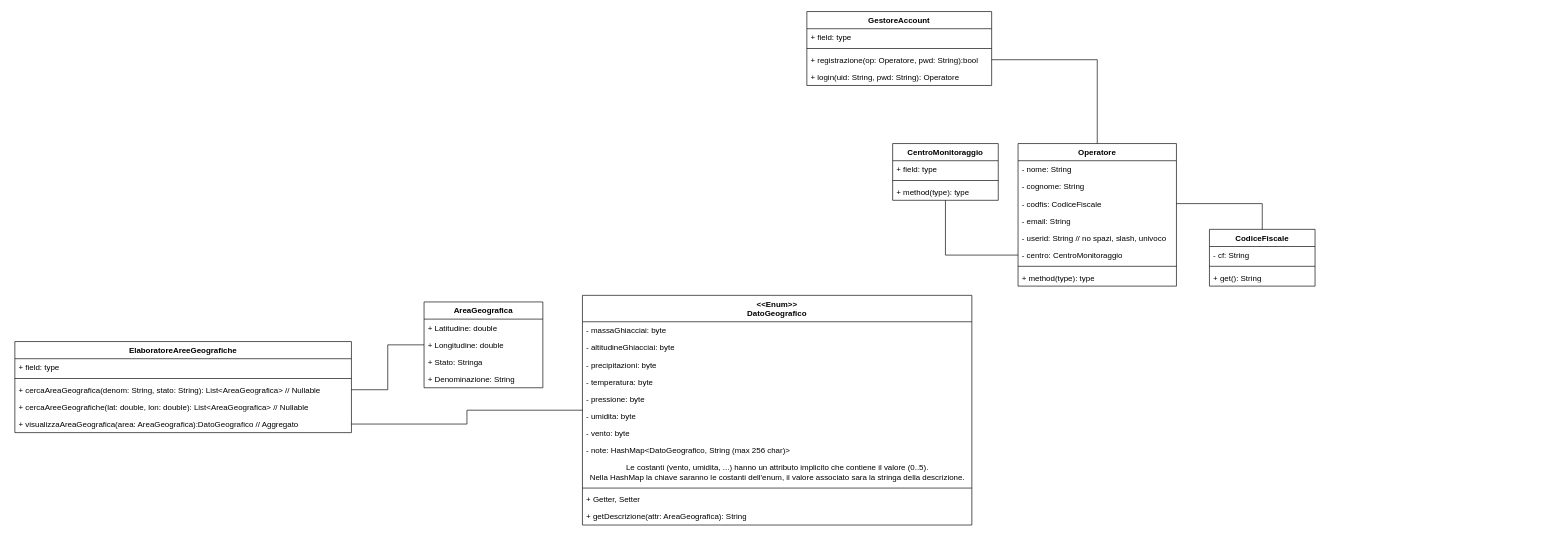
Earlier version of the draw.io diagram doc/Untitled Diagram.drawio (Qu4draetto-A3B/UniLab). Source tidied: cells renumbered, new cells numbered last; positions are measured from the earlier drawing's top-left corner, leaving out a move shared by most shapes. Both pictures are drawn from the tidied source at 66%, with x=0, y=0 at pixel (15, 11).
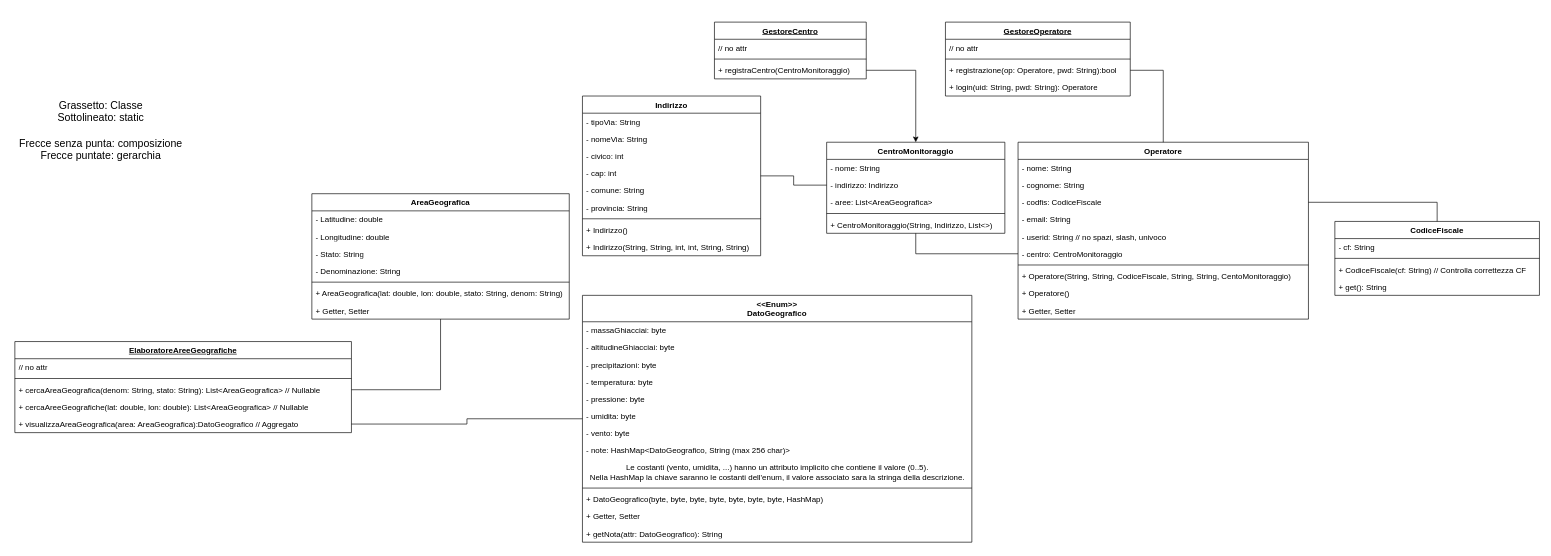
Above is the later version.

What changed in the source:
```diff
@@
     <mxCell id="2" value="&lt;b&gt;AreaGeografica&lt;/b&gt;" style="swimlane;fontStyle=0;horizontal=1;startSize=26;fillColor=none;whiteSpace=wrap;html=1;" parent="1" vertex="1">
-      <mxGeometry x="620" y="440" width="180" height="130" as="geometry" />
+      <mxGeometry x="450" y="276" width="390" height="190" as="geometry" />
     </mxCell>
-    <mxCell id="3" value="+ Latitudine: double" style="text;strokeColor=none;fillColor=none;align=left;verticalAlign=top;spacingLeft=4;spacingRight=4;overflow=hidden;whiteSpace=wrap;html=1;" parent="2" vertex="1">
-      <mxGeometry y="26" width="180" height="26" as="geometry" />
+    <mxCell id="3" value="- Latitudine: double" style="text;strokeColor=none;fillColor=none;align=left;verticalAlign=top;spacingLeft=4;spacingRight=4;overflow=hidden;whiteSpace=wrap;html=1;" parent="2" vertex="1">
+      <mxGeometry y="26" width="390" height="26" as="geometry" />
     </mxCell>
-    <mxCell id="4" value="+ Longitudine: double" style="text;strokeColor=none;fillColor=none;align=left;verticalAlign=top;spacingLeft=4;spacingRight=4;overflow=hidden;whiteSpace=wrap;html=1;" parent="2" vertex="1">
-      <mxGeometry y="52" width="180" height="26" as="geometry" />
+    <mxCell id="4" value="- Longitudine: double" style="text;strokeColor=none;fillColor=none;align=left;verticalAlign=top;spacingLeft=4;spacingRight=4;overflow=hidden;whiteSpace=wrap;html=1;" parent="2" vertex="1">
+      <mxGeometry y="52" width="390" height="26" as="geometry" />
     </mxCell>
-    <mxCell id="5" value="+ Stato: Stringa" style="text;strokeColor=none;fillColor=none;align=left;verticalAlign=top;spacingLeft=4;spacingRight=4;overflow=hidden;whiteSpace=wrap;html=1;" parent="2" vertex="1">
-      <mxGeometry y="78" width="180" height="26" as="geometry" />
+    <mxCell id="5" value="- Stato: String" style="text;strokeColor=none;fillColor=none;align=left;verticalAlign=top;spacingLeft=4;spacingRight=4;overflow=hidden;whiteSpace=wrap;html=1;" parent="2" vertex="1">
+      <mxGeometry y="78" width="390" height="26" as="geometry" />
     </mxCell>
-    <mxCell id="6" value="+ Denominazione: String" style="text;strokeColor=none;fillColor=none;align=left;verticalAlign=top;spacingLeft=4;spacingRight=4;overflow=hidden;whiteSpace=wrap;html=1;" parent="2" vertex="1">
-      <mxGeometry y="104" width="180" height="26" as="geometry" />
+    <mxCell id="6" value="- Denominazione: String" style="text;strokeColor=none;fillColor=none;align=left;verticalAlign=top;spacingLeft=4;spacingRight=4;overflow=hidden;whiteSpace=wrap;html=1;" parent="2" vertex="1">
+      <mxGeometry y="104" width="390" height="26" as="geometry" />
     </mxCell>
+    <mxCell id="53" style="line;strokeWidth=1;fillColor=none;align=left;verticalAlign=middle;spacingTop=-1;spacingLeft=3;spacingRight=3;labelPosition=right;strokeColor=inherit;" parent="2" vertex="1">
+      <mxGeometry y="130" width="390" height="8" as="geometry" />
+    </mxCell>
+    <mxCell id="54" value="+ AreaGeografica(lat: double, lon: double, stato: String, denom: String)" style="text;strokeColor=none;fillColor=none;align=left;verticalAlign=top;spacingLeft=4;spacingRight=4;overflow=hidden;whiteSpace=wrap;html=1;" parent="2" vertex="1">
+      <mxGeometry y="138" width="390" height="26" as="geometry" />
+    </mxCell>
+    <mxCell id="55" value="+ Getter, Setter" style="text;strokeColor=none;fillColor=none;align=left;verticalAlign=top;spacingLeft=4;spacingRight=4;overflow=hidden;whiteSpace=wrap;html=1;" parent="2" vertex="1">
+      <mxGeometry y="164" width="390" height="26" as="geometry" />
+    </mxCell>
-    <mxCell id="7" value="ElaboratoreAreeGeografiche" style="swimlane;fontStyle=1;align=center;verticalAlign=top;horizontal=1;startSize=26;whiteSpace=wrap;html=1;" parent="1" vertex="1">
+    <mxCell id="7" value="&lt;u&gt;ElaboratoreAreeGeografiche&lt;/u&gt;" style="swimlane;fontStyle=1;align=center;verticalAlign=top;horizontal=1;startSize=26;whiteSpace=wrap;html=1;" parent="1" vertex="1">
       <mxGeometry y="500" width="510" height="138" as="geometry" />
     </mxCell>
-    <mxCell id="8" value="+ field: type" style="text;strokeColor=none;fillColor=none;align=left;verticalAlign=top;spacingLeft=4;spacingRight=4;overflow=hidden;whiteSpace=wrap;html=1;" parent="7" vertex="1">
+    <mxCell id="8" value="// no attr" style="text;strokeColor=none;fillColor=none;align=left;verticalAlign=top;spacingLeft=4;spacingRight=4;overflow=hidden;whiteSpace=wrap;html=1;" parent="7" vertex="1">
       <mxGeometry y="26" width="510" height="26" as="geometry" />
     </mxCell>
@@
     <mxCell id="13" value="&amp;lt;&amp;lt;Enum&amp;gt;&amp;gt;&lt;br&gt;&lt;div&gt;DatoGeografico&lt;/div&gt;" style="swimlane;fontStyle=1;align=center;verticalAlign=top;horizontal=1;startSize=40;whiteSpace=wrap;html=1;" parent="1" vertex="1">
-      <mxGeometry x="860" y="430" width="590" height="348" as="geometry" />
+      <mxGeometry x="860" y="430" width="590" height="374" as="geometry" />
     </mxCell>
@@
+    <mxCell id="56" value="+ DatoGeografico(byte, byte, byte, byte, byte, byte, byte, HashMap)" style="text;strokeColor=none;fillColor=none;align=left;verticalAlign=top;spacingLeft=4;spacingRight=4;overflow=hidden;whiteSpace=wrap;html=1;" parent="13" vertex="1">
+      <mxGeometry y="296" width="590" height="26" as="geometry" />
+    </mxCell>
     <mxCell id="24" value="+ Getter, Setter" style="text;strokeColor=none;fillColor=none;align=left;verticalAlign=top;spacingLeft=4;spacingRight=4;overflow=hidden;whiteSpace=wrap;html=1;" parent="13" vertex="1">
-      <mxGeometry y="296" width="590" height="26" as="geometry" />
+      <mxGeometry y="322" width="590" height="26" as="geometry" />
     </mxCell>
-    <mxCell id="25" value="+ getDescrizione(attr: AreaGeografica): String" style="text;strokeColor=none;fillColor=none;align=left;verticalAlign=top;spacingLeft=4;spacingRight=4;overflow=hidden;whiteSpace=wrap;html=1;" parent="13" vertex="1">
-      <mxGeometry y="322" width="590" height="26" as="geometry" />
+    <mxCell id="25" value="+ getNota(attr: DatoGeografico): String" style="text;strokeColor=none;fillColor=none;align=left;verticalAlign=top;spacingLeft=4;spacingRight=4;overflow=hidden;whiteSpace=wrap;html=1;" parent="13" vertex="1">
+      <mxGeometry y="348" width="590" height="26" as="geometry" />
     </mxCell>
     <mxCell id="26" value="Operatore" style="swimlane;fontStyle=1;align=center;verticalAlign=top;horizontal=1;startSize=26;whiteSpace=wrap;html=1;" parent="1" vertex="1">
-      <mxGeometry x="1520" y="200" width="240" height="216" as="geometry" />
+      <mxGeometry x="1520" y="198" width="440" height="268" as="geometry" />
     </mxCell>
     <mxCell id="27" value="- nome: String" style="text;strokeColor=none;fillColor=none;align=left;verticalAlign=top;spacingLeft=4;spacingRight=4;overflow=hidden;whiteSpace=wrap;html=1;" parent="26" vertex="1">
-      <mxGeometry y="26" width="240" height="26" as="geometry" />
+      <mxGeometry y="26" width="440" height="26" as="geometry" />
     </mxCell>
     <mxCell id="28" value="- cognome: String" style="text;strokeColor=none;fillColor=none;align=left;verticalAlign=top;spacingLeft=4;spacingRight=4;overflow=hidden;whiteSpace=wrap;html=1;" parent="26" vertex="1">
-      <mxGeometry y="52" width="240" height="26" as="geometry" />
+      <mxGeometry y="52" width="440" height="26" as="geometry" />
     </mxCell>
     <mxCell id="29" value="- codfis: CodiceFiscale" style="text;strokeColor=none;fillColor=none;align=left;verticalAlign=top;spacingLeft=4;spacingRight=4;overflow=hidden;points=[[0,0.5],[1,0.5]];portConstraint=eastwest;whiteSpace=wrap;html=1;" parent="26" vertex="1">
-      <mxGeometry y="78" width="240" height="26" as="geometry" />
+      <mxGeometry y="78" width="440" height="26" as="geometry" />
     </mxCell>
     <mxCell id="30" value="&lt;div&gt;- email: String&lt;/div&gt;" style="text;strokeColor=none;fillColor=none;align=left;verticalAlign=top;spacingLeft=4;spacingRight=4;overflow=hidden;whiteSpace=wrap;html=1;" parent="26" vertex="1">
-      <mxGeometry y="104" width="240" height="26" as="geometry" />
+      <mxGeometry y="104" width="440" height="26" as="geometry" />
     </mxCell>
     <mxCell id="31" value="- userid: String // no spazi, slash, univoco" style="text;strokeColor=none;fillColor=none;align=left;verticalAlign=top;spacingLeft=4;spacingRight=4;overflow=hidden;whiteSpace=wrap;html=1;" parent="26" vertex="1">
-      <mxGeometry y="130" width="240" height="26" as="geometry" />
+      <mxGeometry y="130" width="440" height="26" as="geometry" />
     </mxCell>
     <mxCell id="32" value="- centro: CentroMonitoraggio" style="text;strokeColor=none;fillColor=none;align=left;verticalAlign=top;spacingLeft=4;spacingRight=4;overflow=hidden;points=[[0,0.5],[1,0.5]];portConstraint=eastwest;whiteSpace=wrap;html=1;" parent="26" vertex="1">
-      <mxGeometry y="156" width="240" height="26" as="geometry" />
+      <mxGeometry y="156" width="440" height="26" as="geometry" />
     </mxCell>
     <mxCell id="33" style="line;strokeWidth=1;fillColor=none;align=left;verticalAlign=middle;spacingTop=-1;spacingLeft=3;spacingRight=3;labelPosition=right;strokeColor=inherit;" parent="26" vertex="1">
-      <mxGeometry y="182" width="240" height="8" as="geometry" />
+      <mxGeometry y="182" width="440" height="8" as="geometry" />
     </mxCell>
-    <mxCell id="34" value="+ method(type): type" style="text;strokeColor=none;fillColor=none;align=left;verticalAlign=top;spacingLeft=4;spacingRight=4;overflow=hidden;whiteSpace=wrap;html=1;" parent="26" vertex="1">
-      <mxGeometry y="190" width="240" height="26" as="geometry" />
+    <mxCell id="34" value="+ Operatore(String, String, CodiceFiscale, String, String, CentoMonitoraggio)" style="text;strokeColor=none;fillColor=none;align=left;verticalAlign=top;spacingLeft=4;spacingRight=4;overflow=hidden;whiteSpace=wrap;html=1;" parent="26" vertex="1">
+      <mxGeometry y="190" width="440" height="26" as="geometry" />
     </mxCell>
+    <mxCell id="57" value="+ Operatore()" style="text;strokeColor=none;fillColor=none;align=left;verticalAlign=top;spacingLeft=4;spacingRight=4;overflow=hidden;whiteSpace=wrap;html=1;" parent="26" vertex="1">
+      <mxGeometry y="216" width="440" height="26" as="geometry" />
+    </mxCell>
+    <mxCell id="58" value="+ Getter, Setter" style="text;strokeColor=none;fillColor=none;align=left;verticalAlign=top;spacingLeft=4;spacingRight=4;overflow=hidden;whiteSpace=wrap;html=1;" parent="26" vertex="1">
+      <mxGeometry y="242" width="440" height="26" as="geometry" />
+    </mxCell>
     <mxCell id="35" value="CodiceFiscale" style="swimlane;fontStyle=1;align=center;verticalAlign=top;horizontal=1;startSize=26;whiteSpace=wrap;html=1;" parent="1" vertex="1">
-      <mxGeometry x="1810" y="330" width="160" height="86" as="geometry" />
+      <mxGeometry x="2000" y="318" width="310" height="112" as="geometry" />
     </mxCell>
     <mxCell id="36" value="- cf: String" style="text;strokeColor=none;fillColor=none;align=left;verticalAlign=top;spacingLeft=4;spacingRight=4;overflow=hidden;whiteSpace=wrap;html=1;" parent="35" vertex="1">
-      <mxGeometry y="26" width="160" height="26" as="geometry" />
+      <mxGeometry y="26" width="310" height="26" as="geometry" />
     </mxCell>
     <mxCell id="37" style="line;strokeWidth=1;fillColor=none;align=left;verticalAlign=middle;spacingTop=-1;spacingLeft=3;spacingRight=3;labelPosition=right;strokeColor=inherit;" parent="35" vertex="1">
-      <mxGeometry y="52" width="160" height="8" as="geometry" />
+      <mxGeometry y="52" width="310" height="8" as="geometry" />
     </mxCell>
+    <mxCell id="59" value="+ CodiceFiscale(cf: String) // Controlla correttezza CF" style="text;strokeColor=none;fillColor=none;align=left;verticalAlign=top;spacingLeft=4;spacingRight=4;overflow=hidden;whiteSpace=wrap;html=1;" parent="35" vertex="1">
+      <mxGeometry y="60" width="310" height="26" as="geometry" />
+    </mxCell>
     <mxCell id="38" value="+ get(): String" style="text;strokeColor=none;fillColor=none;align=left;verticalAlign=top;spacingLeft=4;spacingRight=4;overflow=hidden;whiteSpace=wrap;html=1;" parent="35" vertex="1">
-      <mxGeometry y="60" width="160" height="26" as="geometry" />
+      <mxGeometry y="86" width="310" height="26" as="geometry" />
     </mxCell>
-    <mxCell id="39" value="GestoreAccount" style="swimlane;fontStyle=1;align=center;verticalAlign=top;horizontal=1;startSize=26;whiteSpace=wrap;html=1;" parent="1" vertex="1">
-      <mxGeometry x="1200" width="280" height="112" as="geometry" />
+    <mxCell id="39" value="&lt;u&gt;GestoreOperatore&lt;/u&gt;" style="swimlane;fontStyle=1;align=center;verticalAlign=top;horizontal=1;startSize=26;whiteSpace=wrap;html=1;" parent="1" vertex="1">
+      <mxGeometry x="1410" y="16" width="280" height="112" as="geometry" />
     </mxCell>
-    <mxCell id="40" value="+ field: type" style="text;strokeColor=none;fillColor=none;align=left;verticalAlign=top;spacingLeft=4;spacingRight=4;overflow=hidden;whiteSpace=wrap;html=1;" parent="39" vertex="1">
+    <mxCell id="40" value="// no attr" style="text;strokeColor=none;fillColor=none;align=left;verticalAlign=top;spacingLeft=4;spacingRight=4;overflow=hidden;whiteSpace=wrap;html=1;" parent="39" vertex="1">
       <mxGeometry y="26" width="280" height="26" as="geometry" />
     </mxCell>
@@
     <mxCell id="44" value="CentroMonitoraggio" style="swimlane;fontStyle=1;align=center;verticalAlign=top;horizontal=1;startSize=26;whiteSpace=wrap;html=1;" parent="1" vertex="1">
-      <mxGeometry x="1330" y="200" width="160" height="86" as="geometry" />
+      <mxGeometry x="1230" y="198" width="270" height="138" as="geometry" />
     </mxCell>
-    <mxCell id="45" value="+ field: type" style="text;strokeColor=none;fillColor=none;align=left;verticalAlign=top;spacingLeft=4;spacingRight=4;overflow=hidden;whiteSpace=wrap;html=1;" parent="44" vertex="1">
-      <mxGeometry y="26" width="160" height="26" as="geometry" />
+    <mxCell id="45" value="- nome: String" style="text;strokeColor=none;fillColor=none;align=left;verticalAlign=top;spacingLeft=4;spacingRight=4;overflow=hidden;whiteSpace=wrap;html=1;" parent="44" vertex="1">
+      <mxGeometry y="26" width="270" height="26" as="geometry" />
     </mxCell>
+    <mxCell id="60" value="- indirizzo: Indirizzo" style="text;strokeColor=none;fillColor=none;align=left;verticalAlign=top;spacingLeft=4;spacingRight=4;overflow=hidden;points=[[0,0.5],[1,0.5]];portConstraint=eastwest;whiteSpace=wrap;html=1;" parent="44" vertex="1">
+      <mxGeometry y="52" width="270" height="26" as="geometry" />
+    </mxCell>
+    <mxCell id="61" value="- aree: List&amp;lt;AreaGeografica&amp;gt;" style="text;strokeColor=none;fillColor=none;align=left;verticalAlign=top;spacingLeft=4;spacingRight=4;overflow=hidden;whiteSpace=wrap;html=1;" parent="44" vertex="1">
+      <mxGeometry y="78" width="270" height="26" as="geometry" />
+    </mxCell>
     <mxCell id="46" style="line;strokeWidth=1;fillColor=none;align=left;verticalAlign=middle;spacingTop=-1;spacingLeft=3;spacingRight=3;labelPosition=right;strokeColor=inherit;" parent="44" vertex="1">
-      <mxGeometry y="52" width="160" height="8" as="geometry" />
+      <mxGeometry y="104" width="270" height="8" as="geometry" />
     </mxCell>
-    <mxCell id="47" value="+ method(type): type" style="text;strokeColor=none;fillColor=none;align=left;verticalAlign=top;spacingLeft=4;spacingRight=4;overflow=hidden;whiteSpace=wrap;html=1;" parent="44" vertex="1">
-      <mxGeometry y="60" width="160" height="26" as="geometry" />
+    <mxCell id="47" value="+ CentroMonitoraggio(String, Indirizzo, List&amp;lt;&amp;gt;)" style="text;strokeColor=none;fillColor=none;align=left;verticalAlign=top;spacingLeft=4;spacingRight=4;overflow=hidden;whiteSpace=wrap;html=1;" parent="44" vertex="1">
+      <mxGeometry y="112" width="270" height="26" as="geometry" />
     </mxCell>
@@
+    <mxCell id="62" value="Indirizzo" style="swimlane;fontStyle=1;align=center;verticalAlign=top;horizontal=1;startSize=26;whiteSpace=wrap;html=1;" parent="1" vertex="1">
+      <mxGeometry x="860" y="128" width="270" height="242" as="geometry" />
+    </mxCell>
+    <mxCell id="63" value="- tipoVia: String" style="text;strokeColor=none;fillColor=none;align=left;verticalAlign=top;spacingLeft=4;spacingRight=4;overflow=hidden;whiteSpace=wrap;html=1;" parent="62" vertex="1">
+      <mxGeometry y="26" width="270" height="26" as="geometry" />
+    </mxCell>
+    <mxCell id="64" value="- nomeVia: String" style="text;strokeColor=none;fillColor=none;align=left;verticalAlign=top;spacingLeft=4;spacingRight=4;overflow=hidden;whiteSpace=wrap;html=1;" parent="62" vertex="1">
+      <mxGeometry y="52" width="270" height="26" as="geometry" />
+    </mxCell>
+    <mxCell id="65" value="- civico: int" style="text;strokeColor=none;fillColor=none;align=left;verticalAlign=top;spacingLeft=4;spacingRight=4;overflow=hidden;whiteSpace=wrap;html=1;" parent="62" vertex="1">
+      <mxGeometry y="78" width="270" height="26" as="geometry" />
+    </mxCell>
+    <mxCell id="66" value="- cap: int" style="text;strokeColor=none;fillColor=none;align=left;verticalAlign=top;spacingLeft=4;spacingRight=4;overflow=hidden;whiteSpace=wrap;html=1;" parent="62" vertex="1">
+      <mxGeometry y="104" width="270" height="26" as="geometry" />
+    </mxCell>
+    <mxCell id="67" value="- comune: String" style="text;strokeColor=none;fillColor=none;align=left;verticalAlign=top;spacingLeft=4;spacingRight=4;overflow=hidden;whiteSpace=wrap;html=1;" parent="62" vertex="1">
+      <mxGeometry y="130" width="270" height="26" as="geometry" />
+    </mxCell>
+    <mxCell id="68" value="- provincia: String" style="text;strokeColor=none;fillColor=none;align=left;verticalAlign=top;spacingLeft=4;spacingRight=4;overflow=hidden;whiteSpace=wrap;html=1;" parent="62" vertex="1">
+      <mxGeometry y="156" width="270" height="26" as="geometry" />
+    </mxCell>
+    <mxCell id="69" style="line;strokeWidth=1;fillColor=none;align=left;verticalAlign=middle;spacingTop=-1;spacingLeft=3;spacingRight=3;labelPosition=right;strokeColor=inherit;" parent="62" vertex="1">
+      <mxGeometry y="182" width="270" height="8" as="geometry" />
+    </mxCell>
+    <mxCell id="70" value="+ Indirizzo()" style="text;strokeColor=none;fillColor=none;align=left;verticalAlign=top;spacingLeft=4;spacingRight=4;overflow=hidden;whiteSpace=wrap;html=1;" parent="62" vertex="1">
+      <mxGeometry y="190" width="270" height="26" as="geometry" />
+    </mxCell>
+    <mxCell id="71" value="+ Indirizzo(String, String, int, int, String, String)" style="text;strokeColor=none;fillColor=none;align=left;verticalAlign=top;spacingLeft=4;spacingRight=4;overflow=hidden;whiteSpace=wrap;html=1;" parent="62" vertex="1">
+      <mxGeometry y="216" width="270" height="26" as="geometry" />
+    </mxCell>
+    <mxCell id="72" style="edgeStyle=orthogonalEdgeStyle;rounded=0;jettySize=auto;html=1;endArrow=none;endFill=0;" parent="1" edge="1" source="60" target="62">
+      <mxGeometry relative="1" as="geometry" />
+    </mxCell>
+    <mxCell id="73" value="&lt;u&gt;GestoreCentro&lt;/u&gt;" style="swimlane;fontStyle=1;align=center;verticalAlign=top;horizontal=1;startSize=26;whiteSpace=wrap;html=1;" parent="1" vertex="1">
+      <mxGeometry x="1060" y="16" width="230" height="86" as="geometry" />
+    </mxCell>
+    <mxCell id="74" value="// no attr" style="text;strokeColor=none;fillColor=none;align=left;verticalAlign=top;spacingLeft=4;spacingRight=4;overflow=hidden;whiteSpace=wrap;html=1;" parent="73" vertex="1">
+      <mxGeometry y="26" width="230" height="26" as="geometry" />
+    </mxCell>
+    <mxCell id="75" style="line;strokeWidth=1;fillColor=none;align=left;verticalAlign=middle;spacingTop=-1;spacingLeft=3;spacingRight=3;labelPosition=right;strokeColor=inherit;" parent="73" vertex="1">
+      <mxGeometry y="52" width="230" height="8" as="geometry" />
+    </mxCell>
+    <mxCell id="76" value="+ registraCentro(CentroMonitoraggio)" style="text;strokeColor=none;fillColor=none;align=left;verticalAlign=top;spacingLeft=4;spacingRight=4;overflow=hidden;points=[[0,0.5],[1,0.5]];portConstraint=eastwest;whiteSpace=wrap;html=1;" parent="73" vertex="1">
+      <mxGeometry y="60" width="230" height="26" as="geometry" />
+    </mxCell>
+    <mxCell id="77" style="edgeStyle=orthogonalEdgeStyle;rounded=0;jettySize=auto;html=1;" parent="1" edge="1" source="76" target="44">
+      <mxGeometry relative="1" as="geometry" />
+    </mxCell>
+    <mxCell id="78" value="&lt;div style=&quot;font-size: 16px;&quot;&gt;&lt;font style=&quot;font-size: 16px;&quot;&gt;Grassetto: Classe&lt;/font&gt;&lt;/div&gt;&lt;div style=&quot;font-size: 16px;&quot;&gt;&lt;font style=&quot;font-size: 16px;&quot;&gt;Sottolineato: static&lt;br style=&quot;font-size: 16px;&quot;&gt;&lt;/font&gt;&lt;/div&gt;&lt;div style=&quot;font-size: 16px;&quot;&gt;&lt;font style=&quot;font-size: 16px;&quot;&gt;&lt;br style=&quot;font-size: 16px;&quot;&gt;&lt;/font&gt;&lt;/div&gt;&lt;div style=&quot;font-size: 16px;&quot;&gt;&lt;font style=&quot;font-size: 16px;&quot;&gt;Frecce senza punta: composizione&lt;/font&gt;&lt;/div&gt;&lt;div style=&quot;font-size: 16px;&quot;&gt;&lt;font style=&quot;font-size: 16px;&quot;&gt;&lt;font style=&quot;font-size: 16px;&quot;&gt;Frecce puntate: gerarchia&lt;/font&gt;&lt;br style=&quot;font-size: 16px;&quot;&gt;&lt;/font&gt;&lt;/div&gt;" style="text;html=1;align=center;verticalAlign=middle;strokeColor=none;fillColor=none;fontSize=16;" parent="1" vertex="1">
+      <mxGeometry x="-5" y="125" width="270" height="110" as="geometry" />
+    </mxCell>
```
